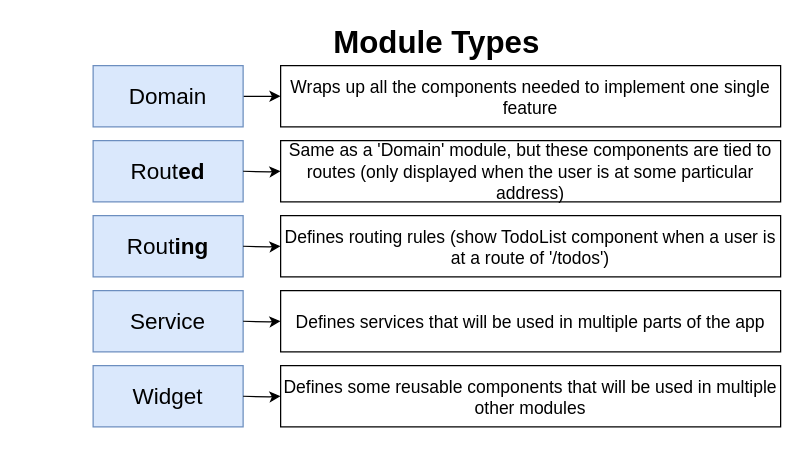
This is page "07 - types" (12 of 15) of diagrams/comps/diagrams.drawio from StephenGrider/ng-casts, a draw.io file, before an edit. Source tidied: cells renumbered, new cells numbered last; positions are measured from the earlier drawing's top-left corner, leaving out a move shared by most shapes. Both pictures are drawn from the tidied source at 125%, with x=0, y=0 at pixel (92, 28).
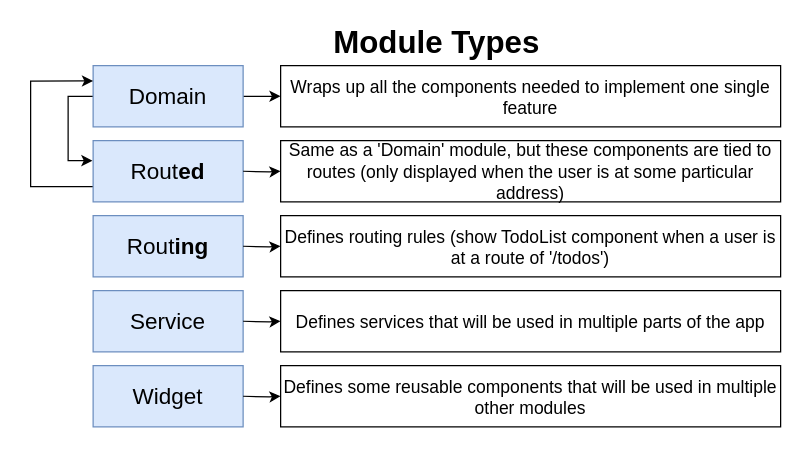
The same diagram, later.

The change refers to these unchanged cells:
```xml
<mxCell id="3" value="Domain" style="rounded=0;whiteSpace=wrap;html=1;fontSize=18;align=center;fillColor=#dae8fc;strokeColor=#6c8ebf;" parent="1" vertex="1">
  <mxGeometry y="30" width="120" height="49" as="geometry" />
</mxCell>
<mxCell id="5" value="Rout&lt;b&gt;ed&lt;/b&gt;" style="rounded=0;whiteSpace=wrap;html=1;fontSize=18;align=center;fillColor=#dae8fc;strokeColor=#6c8ebf;" parent="1" vertex="1">
  <mxGeometry y="90" width="120" height="49" as="geometry" />
</mxCell>
```

What changed in the source:
```diff
@@
+    <mxCell id="18" style="edgeStyle=orthogonalEdgeStyle;rounded=0;jettySize=auto;html=1;exitX=0;exitY=0.5;exitDx=0;exitDy=0;entryX=-0.004;entryY=0.327;entryDx=0;entryDy=0;entryPerimeter=0;fontSize=16;" parent="1" edge="1" source="3" target="5">
+      <mxGeometry relative="1" as="geometry" />
+    </mxCell>
@@
+    <mxCell id="19" style="edgeStyle=orthogonalEdgeStyle;rounded=0;jettySize=auto;html=1;exitX=0;exitY=0.75;exitDx=0;exitDy=0;entryX=0;entryY=0.25;entryDx=0;entryDy=0;fontSize=16;" parent="1" edge="1" source="5" target="3">
+      <mxGeometry relative="1" as="geometry">
+        <Array as="points">
+          <mxPoint x="-50" y="127" />
+          <mxPoint x="-50" y="43" />
+        </Array>
+      </mxGeometry>
+    </mxCell>
```
